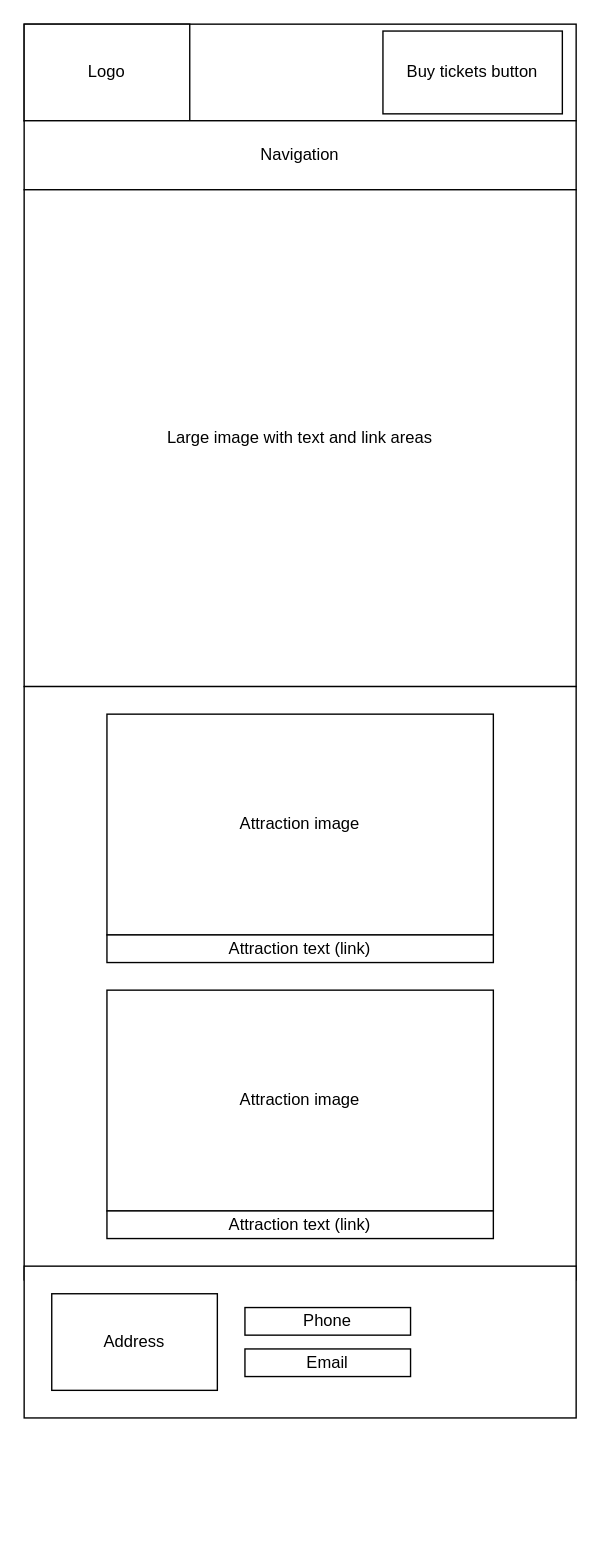
Before: ThemeParkHome_narrow.drawio in pmcclure852/WebDevGroupProj, a draw.io diagram. Source tidied: cells renumbered, new cells numbered last; positions are measured from the earlier drawing's top-left corner, leaving out a move shared by most shapes. Both pictures are drawn from the tidied source at 138%, with x=0, y=0 at pixel (23, 23).
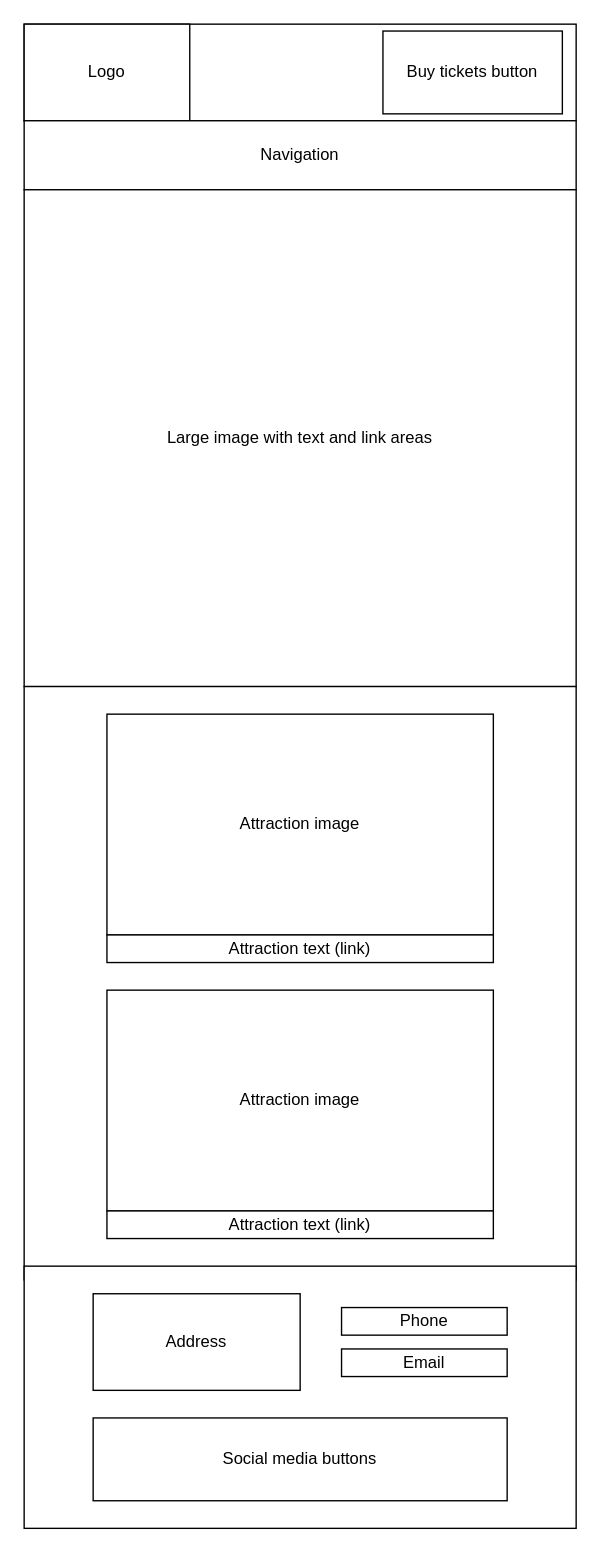
After the change.

Change to the diagram source:
```diff
@@
 <mxGraphModel>
   <root>
     <mxCell id="0" />
     <mxCell id="1" parent="0" />
     <mxCell id="2" style="rounded=0;whiteSpace=wrap;html=1;" parent="1" vertex="1">
       <mxGeometry width="400" height="70" as="geometry" />
     </mxCell>
     <mxCell id="3" value="Logo" style="rounded=0;whiteSpace=wrap;html=1;" parent="1" vertex="1">
       <mxGeometry width="120" height="70" as="geometry" />
     </mxCell>
     <mxCell id="4" value="Navigation" style="rounded=0;whiteSpace=wrap;html=1;" parent="1" vertex="1">
       <mxGeometry y="70" width="400" height="50" as="geometry" />
     </mxCell>
     <mxCell id="5" value="Large image with text and link areas" style="rounded=0;whiteSpace=wrap;html=1;" parent="1" vertex="1">
       <mxGeometry y="120" width="400" height="360" as="geometry" />
     </mxCell>
     <mxCell id="6" style="rounded=0;whiteSpace=wrap;html=1;" parent="1" vertex="1">
       <mxGeometry y="480" width="400" height="430" as="geometry" />
     </mxCell>
     <mxCell id="7" style="rounded=0;whiteSpace=wrap;html=1;" parent="1" vertex="1">
-      <mxGeometry y="900" width="400" height="110" as="geometry" />
+      <mxGeometry y="900" width="400" height="190" as="geometry" />
     </mxCell>
     <mxCell id="8" value="Buy tickets button" style="rounded=0;whiteSpace=wrap;html=1;" parent="1" vertex="1">
       <mxGeometry x="260" y="5" width="130" height="60" as="geometry" />
     </mxCell>
     <mxCell id="9" value="Attraction image" style="rounded=0;whiteSpace=wrap;html=1;" parent="1" vertex="1">
       <mxGeometry x="60" y="500" width="280" height="160" as="geometry" />
     </mxCell>
     <mxCell id="10" value="Attraction text (link)" style="rounded=0;whiteSpace=wrap;html=1;" parent="1" vertex="1">
       <mxGeometry x="60" y="660" width="280" height="20" as="geometry" />
     </mxCell>
     <mxCell id="11" value="Attraction image" style="rounded=0;whiteSpace=wrap;html=1;" parent="1" vertex="1">
       <mxGeometry x="60" y="700" width="280" height="160" as="geometry" />
     </mxCell>
     <mxCell id="12" value="Attraction text (link)" style="rounded=0;whiteSpace=wrap;html=1;" parent="1" vertex="1">
       <mxGeometry x="60" y="860" width="280" height="20" as="geometry" />
     </mxCell>
     <mxCell id="13" value="Address" style="rounded=0;whiteSpace=wrap;html=1;" parent="1" vertex="1">
-      <mxGeometry x="20" y="920" width="120" height="70" as="geometry" />
+      <mxGeometry x="50" y="920" width="150" height="70" as="geometry" />
     </mxCell>
     <mxCell id="14" value="Email" style="rounded=0;whiteSpace=wrap;html=1;" parent="1" vertex="1">
-      <mxGeometry x="160" y="960" width="120" height="20" as="geometry" />
+      <mxGeometry x="230" y="960" width="120" height="20" as="geometry" />
     </mxCell>
     <mxCell id="15" value="Phone" style="rounded=0;whiteSpace=wrap;html=1;" parent="1" vertex="1">
-      <mxGeometry x="160" y="930" width="120" height="20" as="geometry" />
+      <mxGeometry x="230" y="930" width="120" height="20" as="geometry" />
     </mxCell>
+    <mxCell id="16" value="Social media buttons" style="rounded=0;whiteSpace=wrap;html=1;" parent="1" vertex="1">
+      <mxGeometry x="50" y="1010" width="300" height="60" as="geometry" />
+    </mxCell>
   </root>
 </mxGraphModel>
```
